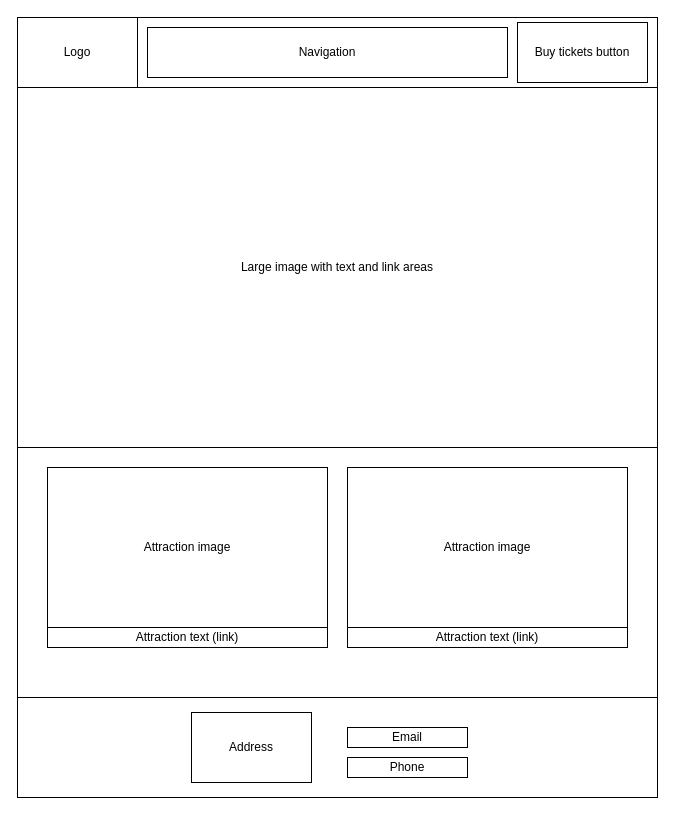
Earlier version of the draw.io diagram ThemeParkHome_wide.drawio (pmcclure852/WebDevGroupProj). Source tidied: cells renumbered, new cells numbered last; positions are measured from the earlier drawing's top-left corner, leaving out a move shared by most shapes. Both pictures are drawn from the tidied source at 100%, with x=0, y=0 at pixel (17, 17).
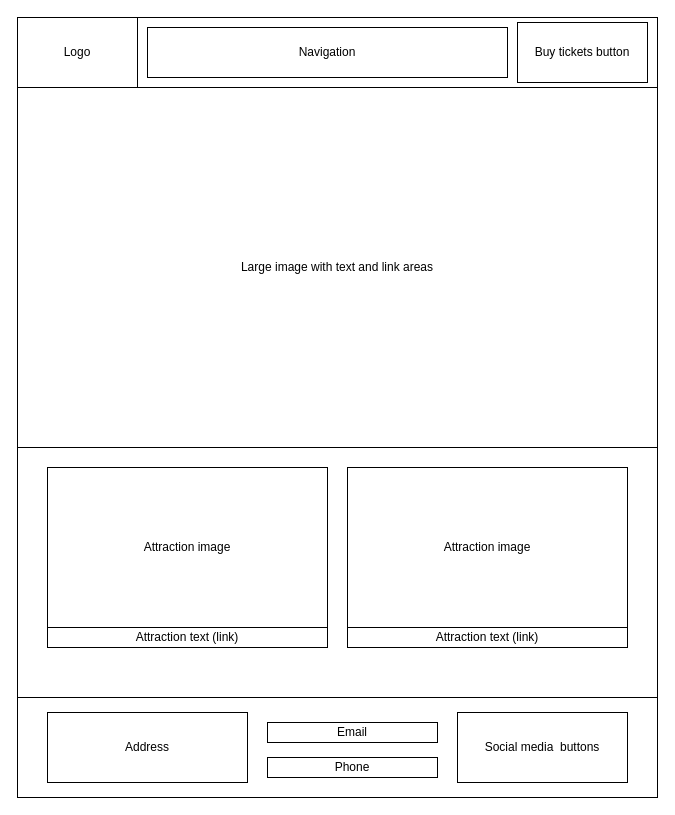
Above is the later version.

Diff of the diagram source:
```diff
@@
 <mxGraphModel>
   <root>
     <mxCell id="0" />
     <mxCell id="1" parent="0" />
     <mxCell id="2" style="rounded=0;whiteSpace=wrap;html=1;" parent="1" vertex="1">
       <mxGeometry width="640" height="70" as="geometry" />
     </mxCell>
     <mxCell id="3" value="Logo" style="rounded=0;whiteSpace=wrap;html=1;" parent="1" vertex="1">
       <mxGeometry width="120" height="70" as="geometry" />
     </mxCell>
     <mxCell id="4" value="Navigation" style="rounded=0;whiteSpace=wrap;html=1;" parent="1" vertex="1">
       <mxGeometry x="130" y="10" width="360" height="50" as="geometry" />
     </mxCell>
     <mxCell id="5" value="Large image with text and link areas" style="rounded=0;whiteSpace=wrap;html=1;" parent="1" vertex="1">
       <mxGeometry y="70" width="640" height="360" as="geometry" />
     </mxCell>
     <mxCell id="6" style="rounded=0;whiteSpace=wrap;html=1;" parent="1" vertex="1">
       <mxGeometry y="430" width="640" height="300" as="geometry" />
     </mxCell>
     <mxCell id="7" style="rounded=0;whiteSpace=wrap;html=1;" parent="1" vertex="1">
       <mxGeometry y="680" width="640" height="100" as="geometry" />
     </mxCell>
     <mxCell id="8" value="Buy tickets button" style="rounded=0;whiteSpace=wrap;html=1;" parent="1" vertex="1">
       <mxGeometry x="500" y="5" width="130" height="60" as="geometry" />
     </mxCell>
     <mxCell id="9" value="Attraction image" style="rounded=0;whiteSpace=wrap;html=1;" parent="1" vertex="1">
       <mxGeometry x="30" y="450" width="280" height="160" as="geometry" />
     </mxCell>
     <mxCell id="10" value="Attraction text (link)" style="rounded=0;whiteSpace=wrap;html=1;" parent="1" vertex="1">
       <mxGeometry x="30" y="610" width="280" height="20" as="geometry" />
     </mxCell>
     <mxCell id="11" value="Attraction image" style="rounded=0;whiteSpace=wrap;html=1;" parent="1" vertex="1">
       <mxGeometry x="330" y="450" width="280" height="160" as="geometry" />
     </mxCell>
     <mxCell id="12" value="Attraction text (link)" style="rounded=0;whiteSpace=wrap;html=1;" parent="1" vertex="1">
       <mxGeometry x="330" y="610" width="280" height="20" as="geometry" />
     </mxCell>
     <mxCell id="13" value="Address" style="rounded=0;whiteSpace=wrap;html=1;" parent="1" vertex="1">
-      <mxGeometry x="174" y="695" width="120" height="70" as="geometry" />
+      <mxGeometry x="30" y="695" width="200" height="70" as="geometry" />
     </mxCell>
     <mxCell id="14" value="Email" style="rounded=0;whiteSpace=wrap;html=1;" parent="1" vertex="1">
-      <mxGeometry x="330" y="710" width="120" height="20" as="geometry" />
+      <mxGeometry x="250" y="705" width="170" height="20" as="geometry" />
     </mxCell>
     <mxCell id="15" value="Phone" style="rounded=0;whiteSpace=wrap;html=1;" parent="1" vertex="1">
-      <mxGeometry x="330" y="740" width="120" height="20" as="geometry" />
+      <mxGeometry x="250" y="740" width="170" height="20" as="geometry" />
     </mxCell>
+    <mxCell id="16" value="Social media&amp;nbsp; buttons" style="rounded=0;whiteSpace=wrap;html=1;" parent="1" vertex="1">
+      <mxGeometry x="440" y="695" width="170" height="70" as="geometry" />
+    </mxCell>
   </root>
 </mxGraphModel>
```
